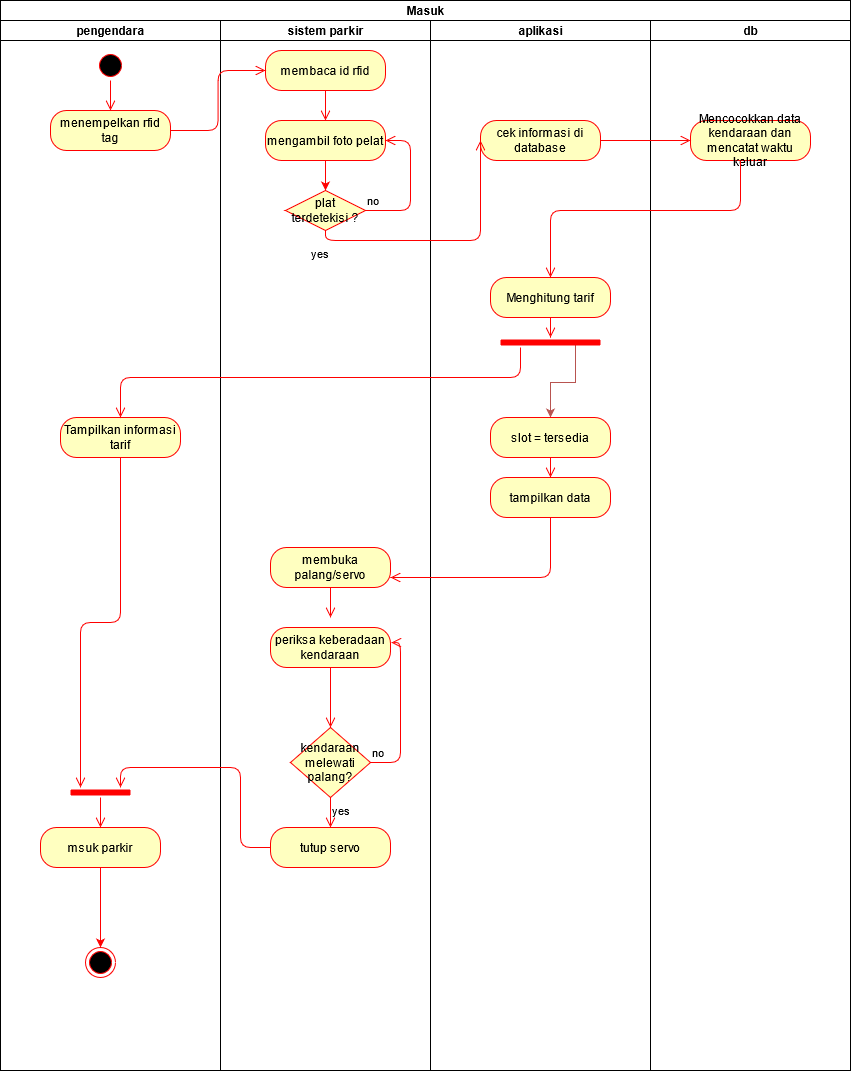
Before: images/activity diagram skripsi keluar.png, a diagram exported from draw.io (FikriSatria11/skripsi-1). Source tidied: cells renumbered, new cells last; positions are measured from the earlier drawing's top-left corner, leaving out a move shared by most shapes.
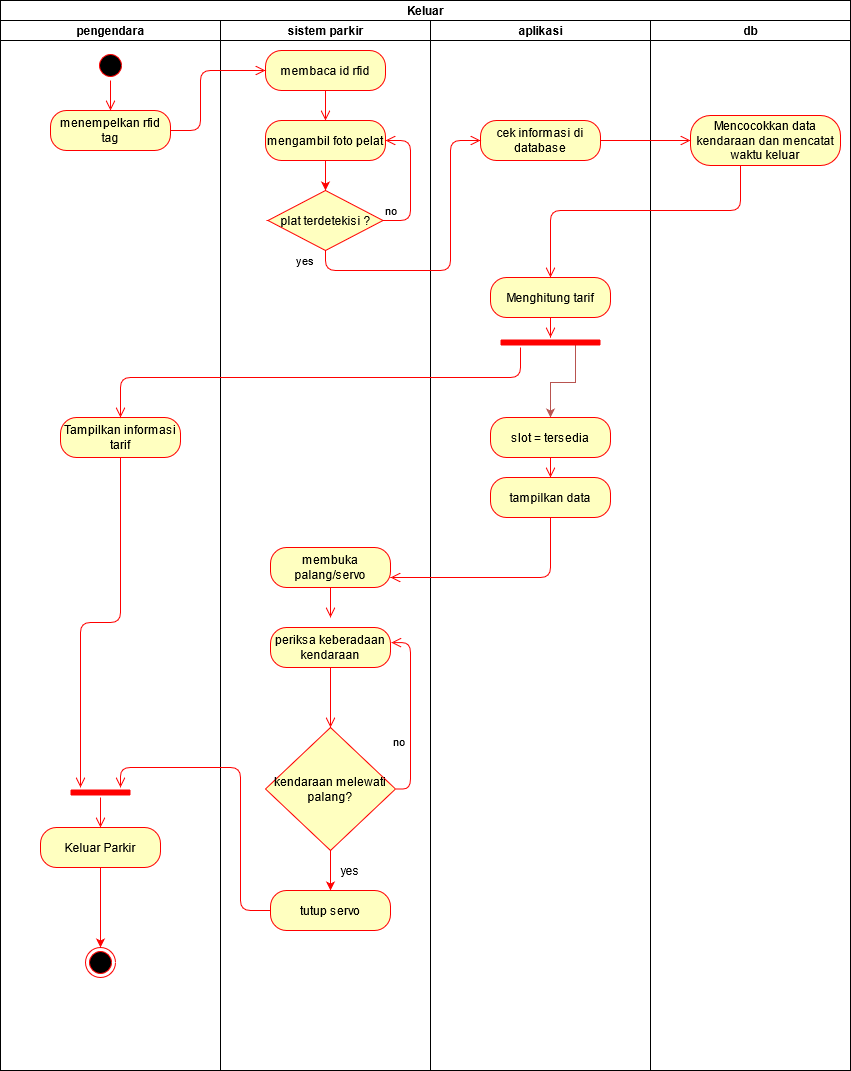
Later version of the same file.

What changed in the source:
```diff
@@ -2,7 +2,7 @@
   <root>
     <mxCell id="0" />
     <mxCell id="1" parent="0" />
-    <mxCell id="2" value="Masuk" style="swimlane;html=1;startSize=20;" parent="1" vertex="1">
+    <mxCell id="2" value="&lt;div&gt;Keluar&lt;/div&gt;" style="swimlane;html=1;startSize=20;" parent="1" vertex="1">
       <mxGeometry width="850" height="1070" as="geometry" />
     </mxCell>
     <mxCell id="3" value="pengendara" style="swimlane;html=1;startSize=20;" parent="2" vertex="1">
@@ -22,7 +22,7 @@
     <mxCell id="7" style="edgeStyle=orthogonalEdgeStyle;rounded=0;jettySize=auto;html=1;entryX=0.5;entryY=0;entryDx=0;entryDy=0;strokeColor=#FF0000;" parent="3" edge="1" source="8" target="13">
       <mxGeometry relative="1" as="geometry" />
     </mxCell>
-    <mxCell id="8" value="msuk parkir" style="rounded=1;whiteSpace=wrap;html=1;arcSize=40;fontColor=#000000;fillColor=#ffffc0;strokeColor=#ff0000;" parent="3" vertex="1">
+    <mxCell id="8" value="&lt;div&gt;Keluar Parkir&lt;/div&gt;" style="rounded=1;whiteSpace=wrap;html=1;arcSize=40;fontColor=#000000;fillColor=#ffffc0;strokeColor=#ff0000;" parent="3" vertex="1">
       <mxGeometry x="40" y="807" width="120" height="40" as="geometry" />
     </mxCell>
     <mxCell id="9" value="Tampilkan informasi tarif" style="rounded=1;whiteSpace=wrap;html=1;arcSize=40;fontColor=#000000;fillColor=#ffffc0;strokeColor=#ff0000;" parent="3" vertex="1">
@@ -60,12 +60,12 @@
       <mxGeometry x="45" y="100" width="120" height="40" as="geometry" />
     </mxCell>
     <mxCell id="19" value="&lt;div&gt;plat terdetekisi ?&lt;/div&gt;" style="rhombus;whiteSpace=wrap;html=1;fillColor=#ffffc0;strokeColor=#ff0000;" parent="14" vertex="1">
-      <mxGeometry x="65" y="170" width="80" height="40" as="geometry" />
+      <mxGeometry x="47.5" y="170" width="115" height="60" as="geometry" />
     </mxCell>
     <mxCell id="20" value="no" style="edgeStyle=orthogonalEdgeStyle;html=1;align=left;verticalAlign=bottom;endArrow=open;endSize=8;strokeColor=#ff0000;entryX=1;entryY=0.5;entryDx=0;entryDy=0;" parent="14" edge="1" source="19" target="18">
       <mxGeometry x="-1" relative="1" as="geometry">
         <Array as="points">
-          <mxPoint x="190" y="190" />
+          <mxPoint x="190" y="200" />
           <mxPoint x="190" y="120" />
         </Array>
       </mxGeometry>
@@ -86,25 +86,26 @@
         <mxPoint x="110" y="707" as="targetPoint" />
       </mxGeometry>
     </mxCell>
+    <mxCell id="47" style="edgeStyle=orthogonalEdgeStyle;rounded=0;jettySize=auto;html=1;strokeColor=#FF0000;" parent="14" edge="1" source="25" target="28">
+      <mxGeometry relative="1" as="geometry" />
+    </mxCell>
     <mxCell id="25" value="kendaraan melewati palang?" style="rhombus;whiteSpace=wrap;html=1;fillColor=#ffffc0;strokeColor=#ff0000;" parent="14" vertex="1">
-      <mxGeometry x="70" y="707" width="80" height="70" as="geometry" />
+      <mxGeometry x="45" y="707" width="130" height="123" as="geometry" />
     </mxCell>
     <mxCell id="26" value="no" style="edgeStyle=orthogonalEdgeStyle;html=1;align=left;verticalAlign=bottom;endArrow=open;endSize=8;strokeColor=#ff0000;entryX=1.007;entryY=0.378;entryDx=0;entryDy=0;entryPerimeter=0;" parent="14" edge="1" source="25" target="23">
-      <mxGeometry x="-1" relative="1" as="geometry">
+      <mxGeometry x="-0.41" y="19" relative="1" as="geometry">
         <Array as="points">
-          <mxPoint x="180" y="742" />
-          <mxPoint x="180" y="622" />
+          <mxPoint x="190" y="769" />
+          <mxPoint x="190" y="622" />
         </Array>
       </mxGeometry>
     </mxCell>
+    <mxCell id="28" value="tutup servo" style="rounded=1;whiteSpace=wrap;html=1;arcSize=40;fontColor=#000000;fillColor=#ffffc0;strokeColor=#ff0000;" parent="14" vertex="1">
+      <mxGeometry x="50" y="870" width="120" height="40" as="geometry" />
+    </mxCell>
-    <mxCell id="27" value="yes" style="edgeStyle=orthogonalEdgeStyle;html=1;align=left;verticalAlign=top;endArrow=open;endSize=8;strokeColor=#ff0000;" parent="14" edge="1" source="25">
-      <mxGeometry x="-1" relative="1" as="geometry">
-        <mxPoint x="110" y="807" as="targetPoint" />
-      </mxGeometry>
+    <mxCell id="27" value="&lt;div&gt;yes&lt;/div&gt;" style="text;html=1;strokeColor=none;fillColor=none;align=center;verticalAlign=middle;whiteSpace=wrap;rounded=0;" parent="14" vertex="1">
+      <mxGeometry x="110" y="840" width="40" height="20" as="geometry" />
     </mxCell>
-    <mxCell id="28" value="tutup servo" style="rounded=1;whiteSpace=wrap;html=1;arcSize=40;fontColor=#000000;fillColor=#ffffc0;strokeColor=#ff0000;" parent="14" vertex="1">
-      <mxGeometry x="50" y="807" width="120" height="40" as="geometry" />
-    </mxCell>
     <mxCell id="29" value="aplikasi" style="swimlane;html=1;startSize=20;" parent="2" vertex="1">
       <mxGeometry x="430" y="20" width="220" height="1050" as="geometry" />
     </mxCell>
@@ -140,16 +141,22 @@
       <mxGeometry x="650" y="20" width="200" height="1050" as="geometry" />
     </mxCell>
     <mxCell id="39" value="Mencocokkan data kendaraan dan mencatat waktu keluar" style="rounded=1;whiteSpace=wrap;html=1;arcSize=40;fontColor=#000000;fillColor=#ffffc0;strokeColor=#ff0000;" parent="38" vertex="1">
-      <mxGeometry x="40" y="100" width="120" height="40" as="geometry" />
+      <mxGeometry x="40" y="95" width="150" height="50" as="geometry" />
     </mxCell>
     <mxCell id="40" style="edgeStyle=orthogonalEdgeStyle;html=1;verticalAlign=bottom;endArrow=open;endSize=8;strokeColor=#ff0000;entryX=0;entryY=0.5;entryDx=0;entryDy=0;" parent="2" edge="1" source="6" target="15">
-      <mxGeometry relative="1" as="geometry" />
+      <mxGeometry relative="1" as="geometry">
+        <Array as="points">
+          <mxPoint x="200" y="130" />
+          <mxPoint x="200" y="70" />
+        </Array>
+      </mxGeometry>
     </mxCell>
     <mxCell id="41" value="yes" style="edgeStyle=orthogonalEdgeStyle;html=1;align=left;verticalAlign=top;endArrow=open;endSize=8;strokeColor=#ff0000;entryX=0;entryY=0.5;entryDx=0;entryDy=0;" parent="2" edge="1" source="19" target="30">
       <mxGeometry x="-0.92" y="-15" relative="1" as="geometry">
         <Array as="points">
-          <mxPoint x="325" y="240" />
-          <mxPoint x="480" y="240" />
+          <mxPoint x="325" y="270" />
+          <mxPoint x="450" y="270" />
+          <mxPoint x="450" y="140" />
         </Array>
         <mxPoint x="-16" y="-15" as="offset" />
       </mxGeometry>
@@ -176,7 +183,7 @@
       <mxGeometry relative="1" as="geometry">
         <mxPoint x="120" y="787" as="targetPoint" />
         <Array as="points">
-          <mxPoint x="240" y="847" />
+          <mxPoint x="240" y="910" />
           <mxPoint x="240" y="767" />
           <mxPoint x="120" y="767" />
         </Array>
```
